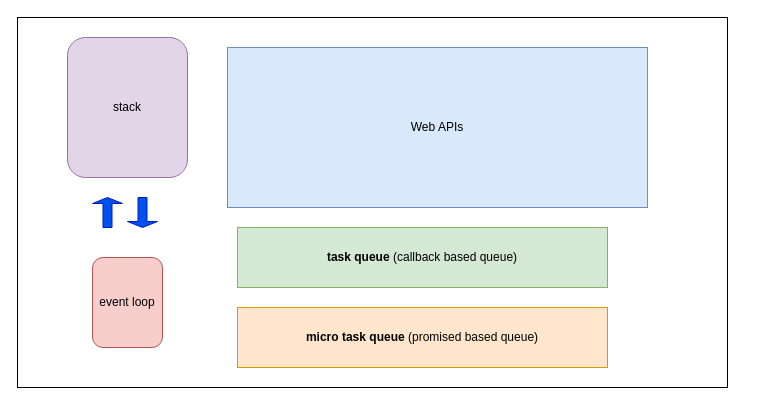
This is Untitled Diagram.drawio from prathamaher/web-dev-github, a draw.io file, before an edit. Source tidied: cells renumbered, new cells numbered last; positions are measured from the earlier drawing's top-left corner, leaving out a move shared by most shapes. Both pictures are drawn from the tidied source at 100%, with x=0, y=0 at pixel (17, 17).
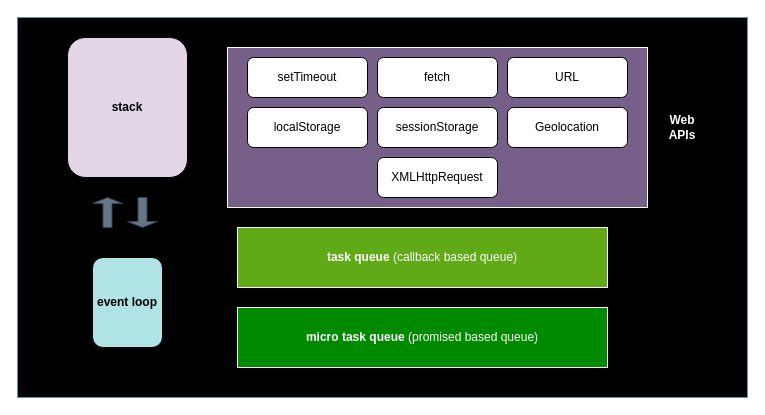
Above is the later version.

Change to the diagram source:
```diff
@@
 <mxGraphModel>
   <root>
     <mxCell id="0" />
     <mxCell id="1" parent="0" />
-    <mxCell id="2" style="rounded=0;whiteSpace=wrap;html=1;" parent="1" vertex="1">
-      <mxGeometry width="710" height="370" as="geometry" />
+    <mxCell id="2" style="rounded=0;whiteSpace=wrap;html=1;fillColor=#000000;gradientColor=none;strokeColor=#6c8ebf;" parent="1" vertex="1">
+      <mxGeometry width="730" height="380" as="geometry" />
     </mxCell>
-    <mxCell id="3" value="stack" style="rounded=1;whiteSpace=wrap;html=1;fillColor=#e1d5e7;strokeColor=#9673a6;" parent="1" vertex="1">
+    <mxCell id="3" value="&lt;b&gt;stack&lt;/b&gt;" style="rounded=1;whiteSpace=wrap;html=1;fillColor=#e1d5e7;strokeColor=#000000;" parent="1" vertex="1">
       <mxGeometry x="50" y="20" width="120" height="140" as="geometry" />
     </mxCell>
-    <mxCell id="4" value="event loop" style="rounded=1;whiteSpace=wrap;html=1;fillColor=#f8cecc;strokeColor=#b85450;" parent="1" vertex="1">
+    <mxCell id="4" value="&lt;b&gt;event loop&lt;/b&gt;" style="rounded=1;whiteSpace=wrap;html=1;fillColor=#b0e3e6;strokeColor=#000000;" parent="1" vertex="1">
       <mxGeometry x="75" y="240" width="70" height="90" as="geometry" />
     </mxCell>
-    <mxCell id="5" value="&lt;b&gt;task queue&lt;/b&gt; (callback based queue)" style="rounded=0;whiteSpace=wrap;html=1;fillColor=#d5e8d4;strokeColor=#82b366;" parent="1" vertex="1">
+    <mxCell id="5" value="&lt;b&gt;task queue&lt;/b&gt; (callback based queue)" style="rounded=0;whiteSpace=wrap;html=1;fillColor=#60a917;strokeColor=#FFFFFF;fontColor=#ffffff;" parent="1" vertex="1">
       <mxGeometry x="220" y="210" width="370" height="60" as="geometry" />
     </mxCell>
-    <mxCell id="6" value="&lt;b&gt;micro task queue&lt;/b&gt; (promised based queue)" style="rounded=0;whiteSpace=wrap;html=1;fillColor=#ffe6cc;strokeColor=#d79b00;" parent="1" vertex="1">
+    <mxCell id="6" value="&lt;b&gt;micro task queue&lt;/b&gt; (promised based queue)" style="rounded=0;whiteSpace=wrap;html=1;fillColor=#008a00;strokeColor=#FFFFFF;fontColor=#ffffff;" parent="1" vertex="1">
       <mxGeometry x="220" y="290" width="370" height="60" as="geometry" />
     </mxCell>
-    <mxCell id="7" value="Web APIs" style="rounded=0;whiteSpace=wrap;html=1;fillColor=#dae8fc;strokeColor=#6c8ebf;" parent="1" vertex="1">
+    <mxCell id="7" value="&lt;div style=&quot;&quot;&gt;&lt;/div&gt;" style="rounded=0;whiteSpace=wrap;html=1;fillColor=#76608a;strokeColor=#FFFFFF;fontColor=#ffffff;align=center;" parent="1" vertex="1">
       <mxGeometry x="210" y="30" width="420" height="160" as="geometry" />
     </mxCell>
-    <mxCell id="8" style="shape=singleArrow;direction=north;whiteSpace=wrap;html=1;fillColor=#0050ef;fontColor=#ffffff;strokeColor=#001DBC;" parent="1" vertex="1">
+    <mxCell id="8" style="shape=singleArrow;direction=north;whiteSpace=wrap;html=1;fillColor=#647687;fontColor=#ffffff;strokeColor=#314354;" parent="1" vertex="1">
       <mxGeometry x="75" y="180" width="30" height="30" as="geometry" />
     </mxCell>
-    <mxCell id="9" style="shape=singleArrow;direction=south;whiteSpace=wrap;html=1;fillColor=#0050ef;fontColor=#ffffff;strokeColor=#001DBC;" parent="1" vertex="1">
+    <mxCell id="9" style="shape=singleArrow;direction=south;whiteSpace=wrap;html=1;fillColor=#647687;fontColor=#ffffff;strokeColor=#314354;" parent="1" vertex="1">
       <mxGeometry x="110" y="180" width="30" height="30" as="geometry" />
     </mxCell>
+    <mxCell id="10" value="&lt;b style=&quot;border-color: var(--border-color); color: rgb(255, 255, 255); background-color: initial;&quot;&gt;Web APIs&lt;/b&gt;" style="rounded=0;whiteSpace=wrap;html=1;strokeColor=default;fillColor=#000000;" parent="1" vertex="1">
+      <mxGeometry x="640" y="95" width="50" height="30" as="geometry" />
+    </mxCell>
+    <mxCell id="11" value="setTimeout" style="rounded=1;whiteSpace=wrap;html=1;" parent="1" vertex="1">
+      <mxGeometry x="230" y="40" width="120" height="40" as="geometry" />
+    </mxCell>
+    <mxCell id="12" value="fetch" style="rounded=1;whiteSpace=wrap;html=1;" parent="1" vertex="1">
+      <mxGeometry x="360" y="40" width="120" height="40" as="geometry" />
+    </mxCell>
+    <mxCell id="13" value="URL" style="rounded=1;whiteSpace=wrap;html=1;" parent="1" vertex="1">
+      <mxGeometry x="490" y="40" width="120" height="40" as="geometry" />
+    </mxCell>
+    <mxCell id="14" value="localStorage" style="rounded=1;whiteSpace=wrap;html=1;" parent="1" vertex="1">
+      <mxGeometry x="230" y="90" width="120" height="40" as="geometry" />
+    </mxCell>
+    <mxCell id="15" value="sessionStorage" style="rounded=1;whiteSpace=wrap;html=1;" parent="1" vertex="1">
+      <mxGeometry x="360" y="90" width="120" height="40" as="geometry" />
+    </mxCell>
+    <mxCell id="16" value="Geolocation" style="rounded=1;whiteSpace=wrap;html=1;" parent="1" vertex="1">
+      <mxGeometry x="490" y="90" width="120" height="40" as="geometry" />
+    </mxCell>
+    <mxCell id="17" value="XMLHttpRequest" style="rounded=1;whiteSpace=wrap;html=1;" parent="1" vertex="1">
+      <mxGeometry x="360" y="140" width="120" height="40" as="geometry" />
+    </mxCell>
   </root>
 </mxGraphModel>
```
